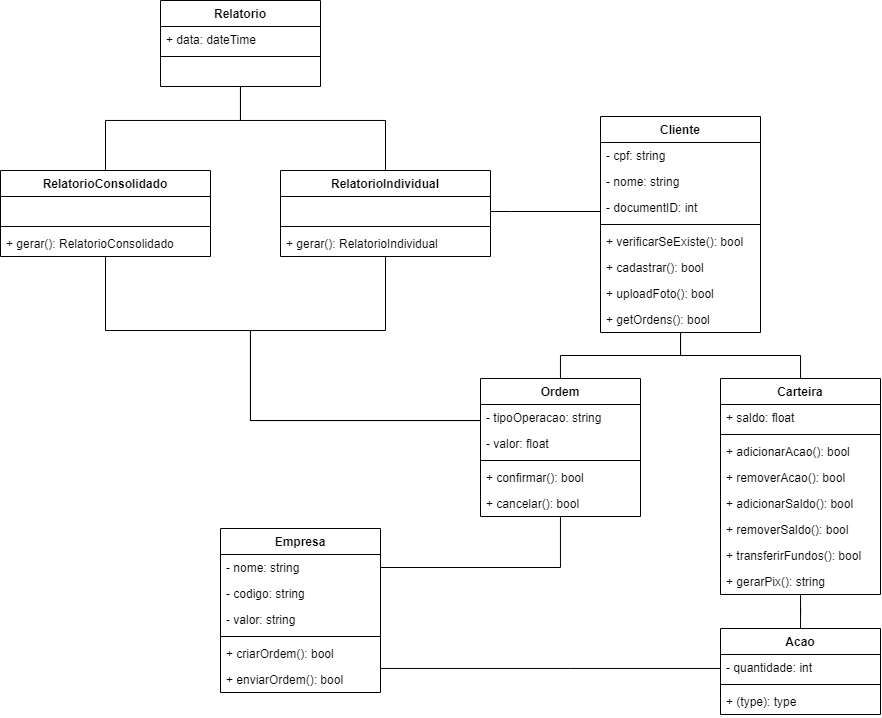
The draw.io diagram MarketClasses.drawio.png in EijiDogen/FEI_MDSMarket, before a commit. Source tidied: cells renumbered, new cells last; positions are measured from the earlier drawing's top-left corner, leaving out a move shared by most shapes.
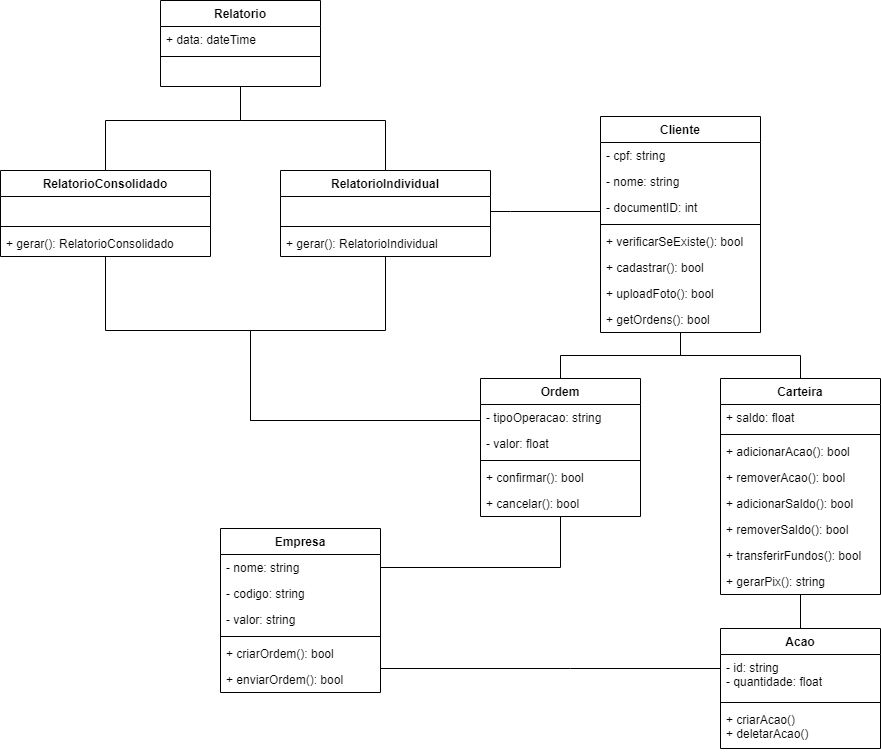
After the commit.

What changed in the source:
```diff
@@ -74,16 +74,16 @@
       </mxGeometry>
     </mxCell>
     <mxCell id="24" value="Acao" style="swimlane;fontStyle=1;align=center;verticalAlign=top;horizontal=1;startSize=26;" parent="1" vertex="1">
-      <mxGeometry x="720" y="628" width="160" height="86" as="geometry" />
+      <mxGeometry x="720" y="628" width="160" height="120" as="geometry" />
     </mxCell>
-    <mxCell id="25" value="- quantidade: int" style="text;strokeColor=none;fillColor=none;align=left;verticalAlign=top;spacingLeft=4;spacingRight=4;overflow=hidden;" parent="24" vertex="1">
-      <mxGeometry y="26" width="160" height="26" as="geometry" />
+    <mxCell id="25" value="- id: string&#10;- quantidade: float" style="text;strokeColor=none;fillColor=none;align=left;verticalAlign=top;spacingLeft=4;spacingRight=4;overflow=hidden;" parent="24" vertex="1">
+      <mxGeometry y="26" width="160" height="44" as="geometry" />
     </mxCell>
     <mxCell id="26" style="line;strokeWidth=1;fillColor=none;align=left;verticalAlign=middle;spacingTop=-1;spacingLeft=3;spacingRight=3;labelPosition=right;" parent="24" vertex="1">
-      <mxGeometry y="52" width="160" height="8" as="geometry" />
+      <mxGeometry y="70" width="160" height="8" as="geometry" />
     </mxCell>
-    <mxCell id="27" value="+ (type): type" style="text;strokeColor=none;fillColor=none;align=left;verticalAlign=top;spacingLeft=4;spacingRight=4;overflow=hidden;" parent="24" vertex="1">
-      <mxGeometry y="60" width="160" height="26" as="geometry" />
+    <mxCell id="27" value="+ criarAcao()&#10;+ deletarAcao()" style="text;strokeColor=none;fillColor=none;align=left;verticalAlign=top;spacingLeft=4;spacingRight=4;overflow=hidden;" parent="24" vertex="1">
+      <mxGeometry y="78" width="160" height="42" as="geometry" />
     </mxCell>
     <mxCell id="28" value="Ordem" style="swimlane;fontStyle=1;align=center;verticalAlign=top;horizontal=1;startSize=26;" parent="1" vertex="1">
       <mxGeometry x="480" y="378" width="160" height="138" as="geometry" />
```
